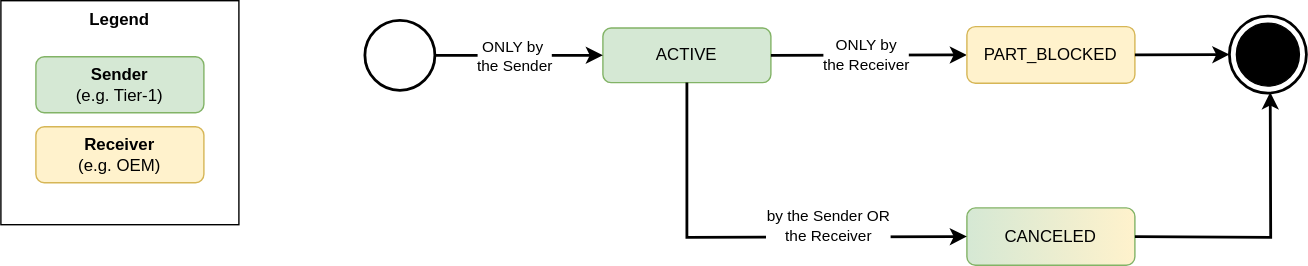
The draw.io diagram docs-kits/kits/Traceability Kit/assets/block-notification-state-model.svg in eclipse-tractusx/eclipse-tractusx.github.io, before a commit. Source tidied: cells renumbered, new cells last; positions are measured from the earlier drawing's top-left corner, leaving out a move shared by most shapes.
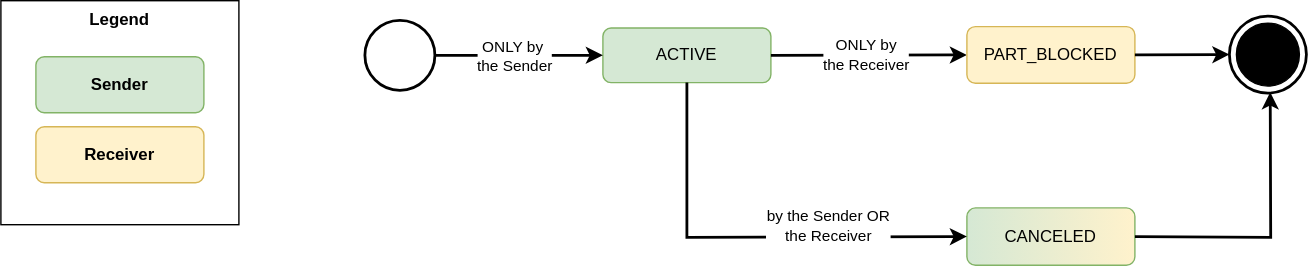
Later version of the same file.

What changed in the source:
```diff
@@ -48,10 +48,10 @@
     <mxCell id="13" value="&lt;b&gt;Legend&lt;/b&gt;" style="rounded=0;whiteSpace=wrap;html=1;verticalAlign=top;" parent="1" vertex="1">
       <mxGeometry width="170" height="160" as="geometry" />
     </mxCell>
-    <mxCell id="14" value="&lt;b&gt;Sender&lt;/b&gt;&lt;div&gt;(e.g. Tier-1)&lt;/div&gt;" style="rounded=1;whiteSpace=wrap;html=1;fillColor=#d5e8d4;strokeColor=#82b366;" parent="1" vertex="1">
+    <mxCell id="14" value="&lt;b&gt;Sender&lt;/b&gt;" style="rounded=1;whiteSpace=wrap;html=1;fillColor=#d5e8d4;strokeColor=#82b366;" parent="1" vertex="1">
       <mxGeometry x="25" y="40" width="120" height="40" as="geometry" />
     </mxCell>
-    <mxCell id="15" value="&lt;b&gt;Receiver&lt;/b&gt;&lt;div&gt;(e.g. OEM)&lt;/div&gt;" style="rounded=1;whiteSpace=wrap;html=1;fillColor=#fff2cc;strokeColor=#d6b656;" parent="1" vertex="1">
+    <mxCell id="15" value="&lt;b&gt;Receiver&lt;/b&gt;" style="rounded=1;whiteSpace=wrap;html=1;fillColor=#fff2cc;strokeColor=#d6b656;" parent="1" vertex="1">
       <mxGeometry x="25" y="90" width="120" height="40" as="geometry" />
     </mxCell>
     <mxCell id="16" value="&lt;span&gt;PART_BLOCKED&lt;/span&gt;" style="rounded=1;whiteSpace=wrap;html=1;fillColor=#fff2cc;strokeColor=#d6b656;fontStyle=0;" parent="1" vertex="1">
```
